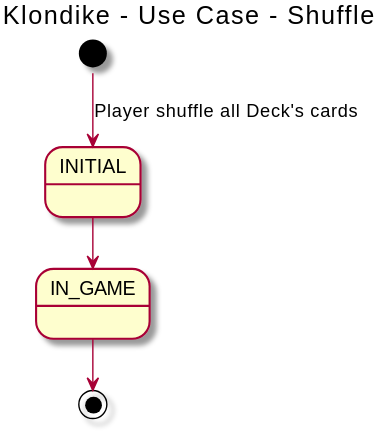
AngelOS95P/Maestria_IngSoftware_grupo6 keeps this PlantUML diagram as out/2 Modelo de vistas de caso de uso/Diagrama de caso de uso - Shuffle/shuffleUseCaseSpecification.svg. Above is the earlier version. Its diagram source:
```plantuml
@startuml shuffleUseCaseSpecification
!pragma layout smetana

title Klondike  - Use Case - Shuffle
state INITIAL
state IN_GAME
[*] --> INITIAL:  Player shuffle all Deck's cards
INITIAL --> IN_GAME
IN_GAME --> [*]
@enduml
```
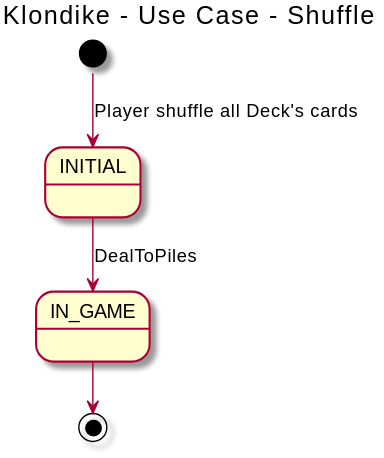
Above is the later version.

What changed in the source:
```diff
@@ -5,6 +5,6 @@
 state INITIAL
 state IN_GAME
 [*] --> INITIAL:  Player shuffle all Deck's cards
-INITIAL --> IN_GAME
+INITIAL --> IN_GAME: DealToPiles
 IN_GAME --> [*]
 @enduml
```
